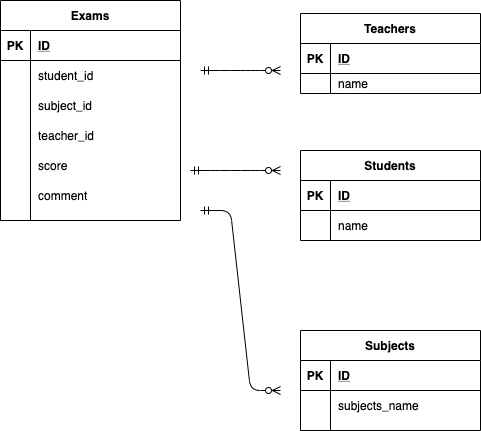
Above: index.drawio.png in nakamura-jin/diagram (draw.io), before the change. Source tidied: cells renumbered, new cells last; positions are measured from the earlier drawing's top-left corner, leaving out a move shared by most shapes.
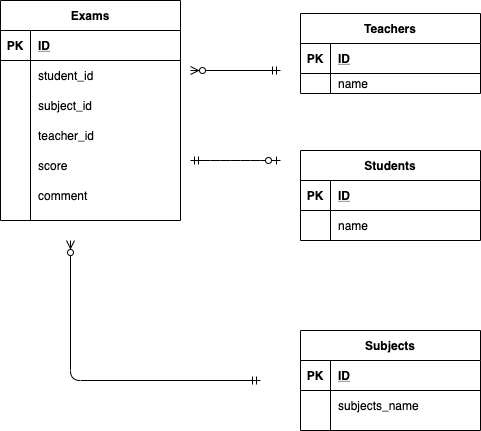
Above is the later version.

The edit, as a diff of the source:
```diff
@@ -122,23 +122,26 @@
     <mxCell id="41" value="comment" style="shape=partialRectangle;fillColor=none;top=0;left=0;bottom=0;right=0;align=left;spacingLeft=6;overflow=hidden;" parent="39" vertex="1">
       <mxGeometry x="30" width="150" height="30" as="geometry" />
     </mxCell>
-    <mxCell id="42" style="edgeStyle=entityRelationEdgeStyle;fontSize=12;html=1;endArrow=ERzeroToMany;startArrow=ERmandOne;" parent="1" edge="1">
-      <mxGeometry relative="1" as="geometry">
-        <mxPoint x="190" y="170" as="sourcePoint" />
-        <mxPoint x="280" y="170" as="targetPoint" />
-      </mxGeometry>
-    </mxCell>
-    <mxCell id="43" style="edgeStyle=entityRelationEdgeStyle;fontSize=12;html=1;endArrow=ERzeroToMany;startArrow=ERmandOne;" parent="1" edge="1">
-      <mxGeometry relative="1" as="geometry">
-        <mxPoint x="200" y="210" as="sourcePoint" />
-        <mxPoint x="280" y="390" as="targetPoint" />
-      </mxGeometry>
-    </mxCell>
-    <mxCell id="44" style="edgeStyle=entityRelationEdgeStyle;fontSize=12;html=1;endArrow=ERzeroToMany;startArrow=ERmandOne;" parent="1" edge="1">
-      <mxGeometry relative="1" as="geometry">
-        <mxPoint x="200" y="70" as="sourcePoint" />
-        <mxPoint x="280" y="70" as="targetPoint" />
-      </mxGeometry>
-    </mxCell>
+    <mxCell id="45" style="edgeStyle=entityRelationEdgeStyle;fontSize=12;html=1;endArrow=ERzeroToOne;startArrow=ERmandOne;" parent="1" edge="1">
+      <mxGeometry relative="1" as="geometry">
+        <mxPoint x="190" y="160" as="sourcePoint" />
+        <mxPoint x="280" y="160" as="targetPoint" />
+      </mxGeometry>
+    </mxCell>
+    <mxCell id="46" style="fontSize=12;html=1;endArrow=ERzeroToMany;startArrow=ERmandOne;" parent="1" edge="1">
+      <mxGeometry relative="1" as="geometry">
+        <mxPoint x="280" y="70" as="sourcePoint" />
+        <mxPoint x="190" y="70" as="targetPoint" />
+      </mxGeometry>
+    </mxCell>
+    <mxCell id="47" style="fontSize=12;html=1;endArrow=ERzeroToMany;startArrow=ERmandOne;" parent="1" edge="1">
+      <mxGeometry relative="1" as="geometry">
+        <mxPoint x="260" y="380" as="sourcePoint" />
+        <mxPoint x="70" y="240" as="targetPoint" />
+        <Array as="points">
+          <mxPoint x="70" y="380" />
+        </Array>
+      </mxGeometry>
+    </mxCell>
   </root>
 </mxGraphModel>
```
